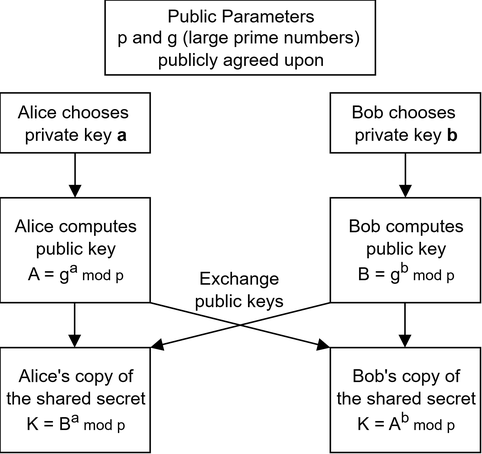
Before: report/Images/dh.png, a diagram exported from draw.io (Jaevii/wireguard-go-PQC). Source tidied: cells renumbered, new cells last; positions are measured from the earlier drawing's top-left corner, leaving out a move shared by most shapes.
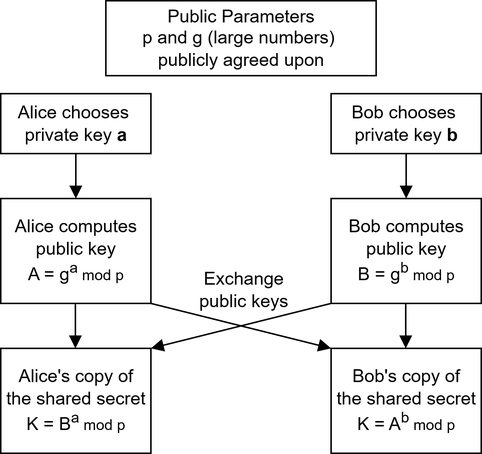
After the commit.

The edit, as a diff of the source:
```diff
@@ -29,7 +29,7 @@
       </mxGeometry>
     </mxCell>
     <mxCell id="8" value="Exchange&amp;nbsp;&lt;div&gt;public keys&amp;nbsp;&lt;/div&gt;" style="text;html=1;whiteSpace=wrap;strokeColor=none;fillColor=none;align=center;verticalAlign=middle;rounded=0;fontColor=light-dark(#000000,#000000);" parent="1" vertex="1">
-      <mxGeometry x="96" y="173" width="130" height="40" as="geometry" />
+      <mxGeometry x="99" y="173" width="130" height="40" as="geometry" />
     </mxCell>
     <mxCell id="9" style="html=1;verticalAlign=bottom;endArrow=block;edgeStyle=elbowEdgeStyle;elbow=vertical;curved=0;rounded=0;fontColor=light-dark(#000000,#000000);labelBorderColor=none;strokeWidth=1;strokeColor=light-dark(#000000,#000000);labelBackgroundColor=none;" parent="1" edge="1">
       <mxGeometry relative="1" as="geometry">
@@ -55,7 +55,7 @@
     <mxCell id="12" value="Bob's copy of&lt;div&gt;the shared secret&lt;/div&gt;&lt;div&gt;K = A&lt;sup&gt;b&lt;/sup&gt;&lt;span style=&quot;font-size: 10px;&quot;&gt;&amp;nbsp;mod p&lt;/span&gt;&lt;/div&gt;" style="html=1;points=[];perimeter=orthogonalPerimeter;outlineConnect=0;targetShapes=umlLifeline;portConstraint=eastwest;newEdgeStyle={&quot;edgeStyle&quot;:&quot;elbowEdgeStyle&quot;,&quot;elbow&quot;:&quot;vertical&quot;,&quot;curved&quot;:0,&quot;rounded&quot;:0};labelBorderColor=none;strokeWidth=1;strokeColor=light-dark(#000000,#000000);fontColor=light-dark(#000000,#000000);fillColor=light-dark(#FFFFFF,#FFFFFF);" parent="1" vertex="1">
       <mxGeometry x="220" y="232" width="100" height="70" as="geometry" />
     </mxCell>
-    <mxCell id="13" value="Public Parameters&lt;div&gt;p and g&amp;nbsp;&lt;span style=&quot;background-color: transparent;&quot;&gt;(large prime numbers)&lt;/span&gt;&lt;span style=&quot;background-color: transparent;&quot;&gt;&amp;nbsp;&lt;/span&gt;&lt;/div&gt;&lt;div&gt;publicly agreed upon&lt;/div&gt;" style="html=1;perimeter=orthogonalPerimeter;targetShapes=umlLifeline;newEdgeStyle={&quot;edgeStyle&quot;:&quot;elbowEdgeStyle&quot;,&quot;elbow&quot;:&quot;vertical&quot;,&quot;curved&quot;:0,&quot;rounded&quot;:0};labelBorderColor=none;strokeWidth=1;strokeColor=light-dark(#000000,#000000);fontColor=light-dark(#000000,#000000);fillColor=light-dark(#FFFFFF,#FFFFFF);" parent="1" vertex="1">
+    <mxCell id="13" value="Public Parameters&lt;div&gt;p and g&amp;nbsp;&lt;span style=&quot;background-color: transparent;&quot;&gt;(large numbers)&lt;/span&gt;&lt;span style=&quot;background-color: transparent;&quot;&gt;&amp;nbsp;&lt;/span&gt;&lt;/div&gt;&lt;div&gt;publicly agreed upon&lt;/div&gt;" style="html=1;perimeter=orthogonalPerimeter;targetShapes=umlLifeline;newEdgeStyle={&quot;edgeStyle&quot;:&quot;elbowEdgeStyle&quot;,&quot;elbow&quot;:&quot;vertical&quot;,&quot;curved&quot;:0,&quot;rounded&quot;:0};labelBorderColor=none;strokeWidth=1;strokeColor=light-dark(#000000,#000000);fontColor=light-dark(#000000,#000000);fillColor=light-dark(#FFFFFF,#FFFFFF);" parent="1" vertex="1">
       <mxGeometry x="70" width="180" height="50" as="geometry" />
     </mxCell>
     <mxCell id="14" style="html=1;verticalAlign=bottom;endArrow=block;elbow=vertical;rounded=0;fontColor=light-dark(#000000,#000000);labelBorderColor=none;strokeWidth=1;strokeColor=light-dark(#000000,#000000);labelBackgroundColor=none;" parent="1" edge="1" source="2" target="11">
```
